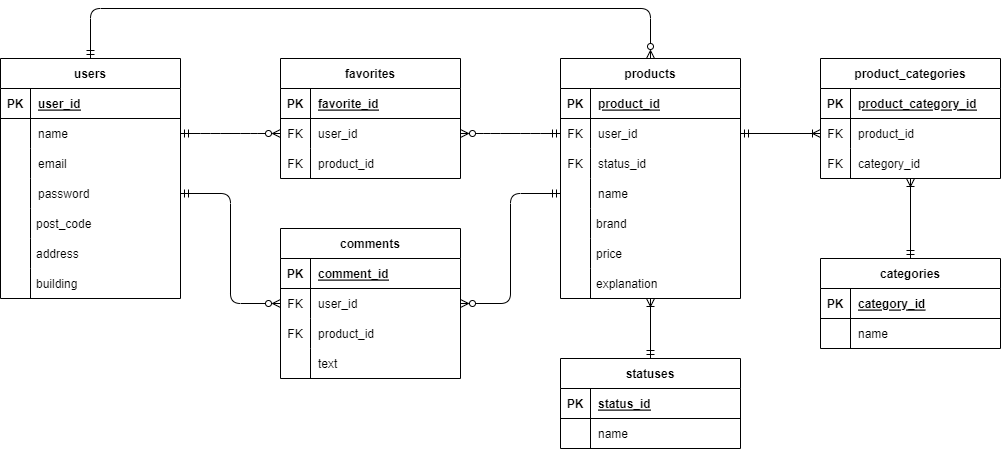
This is market/market.drawio.png from nakagawa1573/images, a draw.io export, as it was before one commit. Source tidied: cells renumbered, new cells last; positions are measured from the earlier drawing's top-left corner, leaving out a move shared by most shapes.
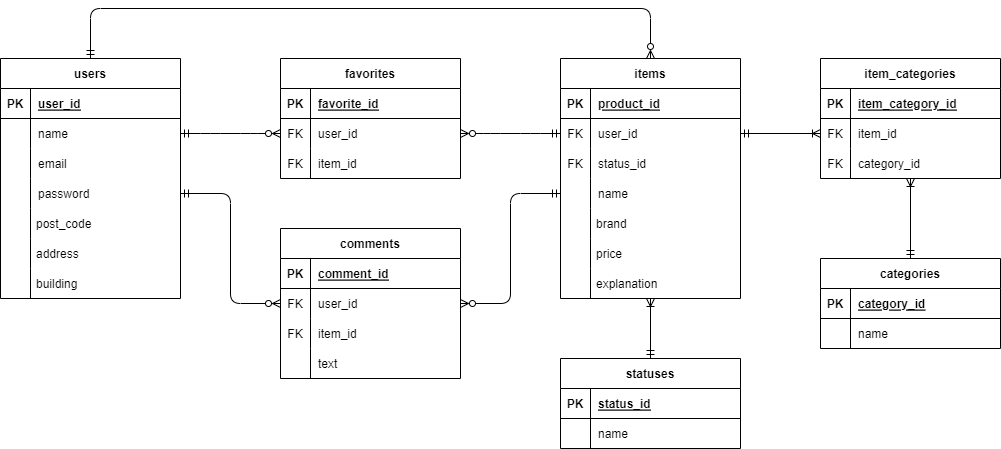
After the change.

The edit, as a diff of the source:
```diff
@@ -68,7 +68,7 @@
     <mxCell id="23" style="group;" parent="1" vertex="1">
       <mxGeometry x="560" y="50" width="180" height="240" as="geometry" />
     </mxCell>
-    <mxCell id="24" value="products" style="shape=table;startSize=30;rowLines=0;fontStyle=1;align=center;" parent="23" vertex="1">
+    <mxCell id="24" value="items" style="shape=table;startSize=30;rowLines=0;fontStyle=1;align=center;" parent="23" vertex="1">
       <mxGeometry width="180" height="240" as="geometry" />
     </mxCell>
     <mxCell id="25" style="shape=tableRow;horizontal=0;startSize=0;swimlaneHead=0;swimlaneBody=0;fillColor=none;top=0;left=0;right=0;bottom=1;" parent="24" vertex="1">
@@ -125,7 +125,7 @@
     <mxCell id="42" style="shape=partialRectangle;top=0;left=0;bottom=0;fillColor=none;stokeWidth=1;align=left;verticalAlign=middle;spacingLeft=4;spacingRight=4;overflow=hidden;" parent="41" vertex="1">
       <mxGeometry width="30" height="30" as="geometry" />
     </mxCell>
-    <mxCell id="43" value="product_categories" style="shape=table;startSize=30;rowLines=0;fontStyle=1;align=center;" parent="1" vertex="1">
+    <mxCell id="43" value="item_categories" style="shape=table;startSize=30;rowLines=0;fontStyle=1;align=center;" parent="1" vertex="1">
       <mxGeometry x="820" y="50" width="180" height="120" as="geometry" />
     </mxCell>
     <mxCell id="44" style="shape=tableRow;horizontal=0;startSize=0;swimlaneHead=0;swimlaneBody=0;fillColor=none;top=0;left=0;right=0;bottom=1;" parent="43" vertex="1">
@@ -134,7 +134,7 @@
     <mxCell id="45" value="PK" style="shape=partialRectangle;fillColor=none;top=0;left=0;bottom=0;right=0;fontStyle=1;overflow=hidden;" parent="44" vertex="1">
       <mxGeometry width="30" height="30" as="geometry" />
     </mxCell>
-    <mxCell id="46" value="product_category_id" style="shape=partialRectangle;fillColor=none;top=0;left=0;bottom=0;right=0;align=left;spacingLeft=6;fontStyle=5;overflow=hidden;" parent="44" vertex="1">
+    <mxCell id="46" value="item_category_id" style="shape=partialRectangle;fillColor=none;top=0;left=0;bottom=0;right=0;align=left;spacingLeft=6;fontStyle=5;overflow=hidden;" parent="44" vertex="1">
       <mxGeometry x="30" width="150" height="30" as="geometry" />
     </mxCell>
     <mxCell id="47" style="shape=tableRow;horizontal=0;startSize=0;swimlaneHead=0;swimlaneBody=0;fillColor=none;points=[[0,0.5],[1,0.5]];portConstraint=eastwest;top=0;left=0;right=0;bottom=0;" parent="43" vertex="1">
@@ -143,7 +143,7 @@
     <mxCell id="48" value="FK" style="shape=partialRectangle;fillColor=none;top=0;left=0;bottom=0;right=0;overflow=hidden;" parent="47" vertex="1">
       <mxGeometry width="30" height="30" as="geometry" />
     </mxCell>
-    <mxCell id="49" value="product_id" style="shape=partialRectangle;fillColor=none;top=0;left=0;bottom=0;right=0;align=left;spacingLeft=6;overflow=hidden;" parent="47" vertex="1">
+    <mxCell id="49" value="item_id" style="shape=partialRectangle;fillColor=none;top=0;left=0;bottom=0;right=0;align=left;spacingLeft=6;overflow=hidden;" parent="47" vertex="1">
       <mxGeometry x="30" width="150" height="30" as="geometry" />
     </mxCell>
     <mxCell id="50" style="shape=tableRow;horizontal=0;startSize=0;swimlaneHead=0;swimlaneBody=0;fillColor=none;points=[[0,0.5],[1,0.5]];portConstraint=eastwest;top=0;left=0;right=0;bottom=0;" parent="43" vertex="1">
@@ -203,7 +203,7 @@
     <mxCell id="68" value="FK" style="shape=partialRectangle;fillColor=none;top=0;left=0;bottom=0;right=0;overflow=hidden;" parent="67" vertex="1">
       <mxGeometry width="30" height="30" as="geometry" />
     </mxCell>
-    <mxCell id="69" value="product_id" style="shape=partialRectangle;fillColor=none;top=0;left=0;bottom=0;right=0;align=left;spacingLeft=6;overflow=hidden;" parent="67" vertex="1">
+    <mxCell id="69" value="item_id" style="shape=partialRectangle;fillColor=none;top=0;left=0;bottom=0;right=0;align=left;spacingLeft=6;overflow=hidden;" parent="67" vertex="1">
       <mxGeometry x="30" width="150" height="30" as="geometry" />
     </mxCell>
     <mxCell id="70" value="comments" style="shape=table;startSize=30;rowLines=0;fontStyle=1;align=center;" parent="1" vertex="1">
@@ -233,7 +233,7 @@
     <mxCell id="78" value="FK" style="shape=partialRectangle;fillColor=none;top=0;left=0;bottom=0;right=0;overflow=hidden;" parent="77" vertex="1">
       <mxGeometry width="30" height="30" as="geometry" />
     </mxCell>
-    <mxCell id="79" value="product_id" style="shape=partialRectangle;fillColor=none;top=0;left=0;bottom=0;right=0;align=left;spacingLeft=6;overflow=hidden;" parent="77" vertex="1">
+    <mxCell id="79" value="item_id" style="shape=partialRectangle;fillColor=none;top=0;left=0;bottom=0;right=0;align=left;spacingLeft=6;overflow=hidden;" parent="77" vertex="1">
       <mxGeometry x="30" width="150" height="30" as="geometry" />
     </mxCell>
     <mxCell id="80" style="shape=tableRow;horizontal=0;startSize=0;swimlaneHead=0;swimlaneBody=0;fillColor=none;top=0;left=0;right=0;bottom=0;" parent="70" vertex="1">
```
